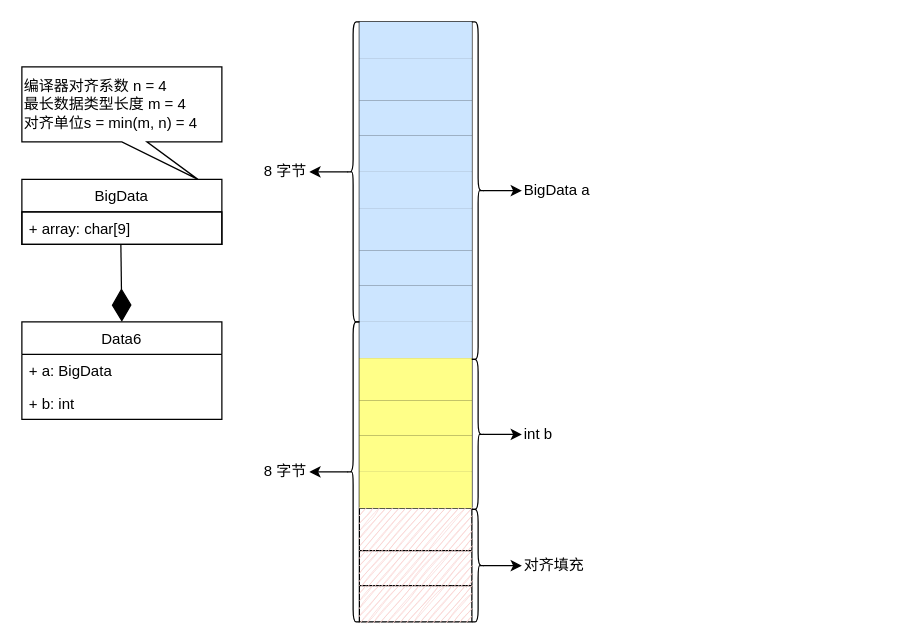
Earlier version of the draw.io diagram TechStack/memory_alignment_case6.drawio (zhxilin/picbed). Source tidied: cells renumbered, new cells numbered last; positions are measured from the earlier drawing's top-left corner, leaving out a move shared by most shapes. Both pictures are drawn from the tidied source at 125%, with x=0, y=0 at pixel (21, 21).
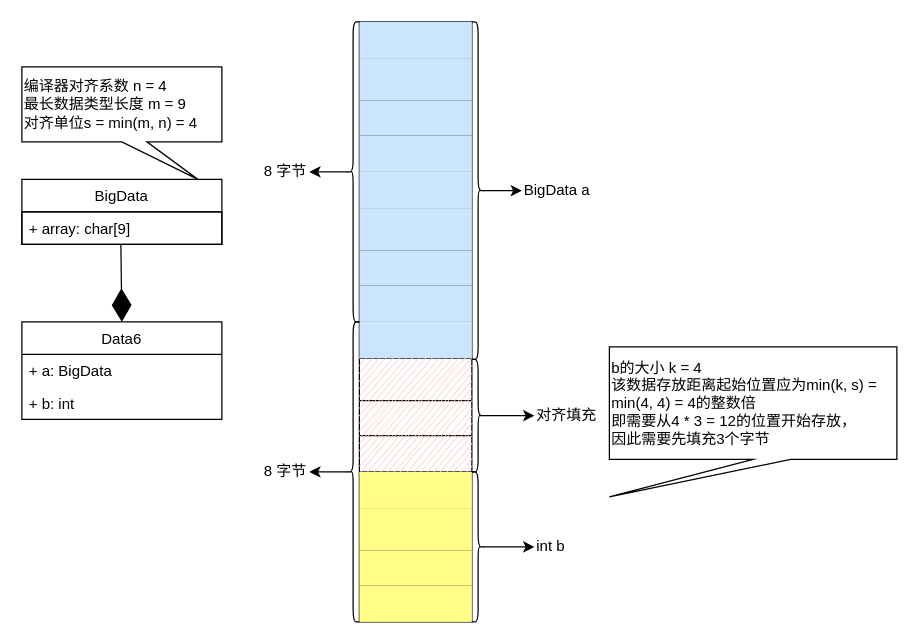
The same page after the edit.

Unchanged cells that the change refers to:
```xml
<mxCell id="21" style="shape=tableRow;horizontal=0;startSize=0;swimlaneHead=0;swimlaneBody=0;top=0;left=0;bottom=0;right=0;fillColor=none;sketch=0;strokeColor=default;" parent="2" vertex="1">
  <mxGeometry y="269" width="90" height="34" as="geometry" />
</mxCell>
<mxCell id="23" style="shape=tableRow;horizontal=0;startSize=0;swimlaneHead=0;swimlaneBody=0;top=0;left=0;bottom=0;right=0;fillColor=none;sketch=0;strokeColor=default;" parent="2" vertex="1">
  <mxGeometry y="303" width="90" height="28" as="geometry" />
</mxCell>
<mxCell id="25" style="shape=tableRow;horizontal=0;startSize=0;swimlaneHead=0;swimlaneBody=0;top=0;left=0;bottom=0;right=0;fillColor=none;sketch=0;strokeColor=default;" parent="2" vertex="1">
  <mxGeometry y="331" width="90" height="29" as="geometry" />
</mxCell>
<mxCell id="29" style="shape=tableRow;horizontal=0;startSize=0;swimlaneHead=0;swimlaneBody=0;top=0;left=0;bottom=0;right=0;fillColor=none;sketch=0;strokeColor=default;" parent="2" vertex="1">
  <mxGeometry y="389" width="90" height="34" as="geometry" />
</mxCell>
<mxCell id="31" style="shape=tableRow;horizontal=0;startSize=0;swimlaneHead=0;swimlaneBody=0;top=0;left=0;bottom=0;right=0;fillColor=none;sketch=0;strokeColor=default;" parent="2" vertex="1">
  <mxGeometry y="423" width="90" height="28" as="geometry" />
</mxCell>
<mxCell id="33" style="shape=tableRow;horizontal=0;startSize=0;swimlaneHead=0;swimlaneBody=0;top=0;left=0;bottom=0;right=0;fillColor=none;sketch=0;strokeColor=default;" parent="2" vertex="1">
  <mxGeometry y="451" width="90" height="29" as="geometry" />
</mxCell>
```

What changed in the source:
```diff
@@
-    <mxCell id="22" style="shape=partialRectangle;html=1;whiteSpace=wrap;overflow=hidden;fillColor=#ffff88;top=0;left=0;bottom=0;right=0;sketch=0;strokeColor=#36393d;" parent="21" vertex="1">
+    <mxCell id="22" style="shape=partialRectangle;html=1;whiteSpace=wrap;overflow=hidden;fillColor=#f8cecc;top=0;left=0;bottom=0;right=0;sketch=1;strokeColor=#b85450;align=center;verticalAlign=middle;fontFamily=Helvetica;fontSize=12;fontColor=default;" parent="21" vertex="1">
       <mxGeometry width="90" height="34" as="geometry" />
     </mxCell>
@@
-    <mxCell id="24" style="shape=partialRectangle;html=1;whiteSpace=wrap;overflow=hidden;fillColor=#ffff88;top=0;left=0;bottom=0;right=0;strokeColor=#36393d;sketch=0;" parent="23" vertex="1">
+    <mxCell id="24" style="shape=partialRectangle;html=1;whiteSpace=wrap;overflow=hidden;fillColor=#f8cecc;top=0;left=0;bottom=0;right=0;strokeColor=#b85450;sketch=1;align=center;verticalAlign=middle;fontFamily=Helvetica;fontSize=12;fontColor=default;" parent="23" vertex="1">
       <mxGeometry width="90" height="28" as="geometry" />
     </mxCell>
@@
-    <mxCell id="26" style="shape=partialRectangle;html=1;whiteSpace=wrap;overflow=hidden;fillColor=#ffff88;top=0;left=0;bottom=0;right=0;strokeColor=#36393d;sketch=0;" parent="25" vertex="1">
+    <mxCell id="26" style="shape=partialRectangle;html=1;whiteSpace=wrap;overflow=hidden;fillColor=#f8cecc;top=0;left=0;bottom=0;right=0;strokeColor=#b85450;sketch=1;align=center;verticalAlign=middle;fontFamily=Helvetica;fontSize=12;fontColor=default;" parent="25" vertex="1">
       <mxGeometry width="90" height="29" as="geometry" />
     </mxCell>
@@
-    <mxCell id="30" style="shape=partialRectangle;html=1;whiteSpace=wrap;overflow=hidden;fillColor=#f8cecc;top=0;left=0;bottom=0;right=0;strokeColor=#b85450;sketch=1;" parent="29" vertex="1">
+    <mxCell id="30" style="shape=partialRectangle;html=1;whiteSpace=wrap;overflow=hidden;fillColor=#ffff88;top=0;left=0;bottom=0;right=0;strokeColor=#36393d;sketch=0;align=center;verticalAlign=middle;fontFamily=Helvetica;fontSize=12;fontColor=default;" parent="29" vertex="1">
       <mxGeometry width="90" height="34" as="geometry" />
     </mxCell>
@@
-    <mxCell id="32" style="shape=partialRectangle;html=1;whiteSpace=wrap;overflow=hidden;fillColor=#f8cecc;top=0;left=0;bottom=0;right=0;strokeColor=#b85450;sketch=1;" parent="31" vertex="1">
+    <mxCell id="32" style="shape=partialRectangle;html=1;whiteSpace=wrap;overflow=hidden;fillColor=#ffff88;top=0;left=0;bottom=0;right=0;strokeColor=#36393d;sketch=0;align=center;verticalAlign=middle;fontFamily=Helvetica;fontSize=12;fontColor=default;" parent="31" vertex="1">
       <mxGeometry width="90" height="28" as="geometry" />
     </mxCell>
@@
-    <mxCell id="34" style="shape=partialRectangle;html=1;whiteSpace=wrap;overflow=hidden;fillColor=#f8cecc;top=0;left=0;bottom=0;right=0;strokeColor=#b85450;sketch=1;" parent="33" vertex="1">
+    <mxCell id="34" style="shape=partialRectangle;html=1;whiteSpace=wrap;overflow=hidden;fillColor=#ffff88;top=0;left=0;bottom=0;right=0;strokeColor=#36393d;sketch=0;align=center;verticalAlign=middle;fontFamily=Helvetica;fontSize=12;fontColor=default;" parent="33" vertex="1">
       <mxGeometry width="90" height="29" as="geometry" />
     </mxCell>
@@
     <mxCell id="37" style="shape=curlyBracket;whiteSpace=wrap;html=1;rounded=1;flipH=1;sketch=0;strokeColor=default;swimlaneLine=1;" parent="1" vertex="1">
-      <mxGeometry x="360" y="270" width="10" height="120" as="geometry" />
+      <mxGeometry x="360" y="360" width="10" height="120" as="geometry" />
     </mxCell>
@@
     <mxCell id="40" value="int b" style="text;html=1;strokeColor=none;fillColor=none;align=left;verticalAlign=middle;whiteSpace=wrap;rounded=0;sketch=0;swimlaneLine=1;" parent="1" vertex="1">
-      <mxGeometry x="400" y="320" width="60" height="20" as="geometry" />
+      <mxGeometry x="410" y="410" width="60" height="20" as="geometry" />
     </mxCell>
-    <mxCell id="41" value="&lt;span&gt;编译器对齐系数 n = 4&lt;/span&gt;&lt;br&gt;&lt;span&gt;最长数据类型长度 m = 4&lt;/span&gt;&lt;br&gt;&lt;span&gt;对齐单位s = min(m, n) = 4&lt;/span&gt;" style="shape=callout;whiteSpace=wrap;html=1;perimeter=calloutPerimeter;sketch=0;position2=0.88;align=left;strokeColor=default;" parent="1" vertex="1">
+    <mxCell id="41" value="&lt;span&gt;编译器对齐系数 n = 4&lt;/span&gt;&lt;br&gt;&lt;span&gt;最长数据类型长度 m = 9&lt;/span&gt;&lt;br&gt;&lt;span&gt;对齐单位s = min(m, n) = 4&lt;/span&gt;" style="shape=callout;whiteSpace=wrap;html=1;perimeter=calloutPerimeter;sketch=0;position2=0.88;align=left;strokeColor=default;" parent="1" vertex="1">
       <mxGeometry y="36" width="160" height="90" as="geometry" />
     </mxCell>
@@
     <mxCell id="49" value="对齐填充" style="text;html=1;strokeColor=none;fillColor=none;align=left;verticalAlign=middle;whiteSpace=wrap;rounded=0;sketch=0;swimlaneLine=1;" parent="1" vertex="1">
-      <mxGeometry x="400" y="425" width="60" height="20" as="geometry" />
+      <mxGeometry x="410" y="305" width="60" height="20" as="geometry" />
     </mxCell>
     <mxCell id="50" style="shape=curlyBracket;whiteSpace=wrap;html=1;rounded=1;flipH=1;sketch=0;strokeColor=default;swimlaneLine=1;" parent="1" vertex="1">
-      <mxGeometry x="360" y="390" width="10" height="90" as="geometry" />
+      <mxGeometry x="360" y="270" width="10" height="90" as="geometry" />
     </mxCell>
@@
+    <mxCell id="57" value="b的大小 k = 4&lt;div&gt;该数据存放距离起始位置应为min(k, s) = min(4, 4) = 4的整数倍&lt;/div&gt;&lt;div&gt;即需要从4 * 3 = 12的位置开始存放，&lt;/div&gt;&lt;div&gt;因此需要先填充3个字节&lt;/div&gt;" style="shape=callout;whiteSpace=wrap;html=1;perimeter=calloutPerimeter;sketch=0;position2=0;align=left;base=30;" parent="1" vertex="1">
+      <mxGeometry x="470" y="260" width="230" height="120" as="geometry" />
+    </mxCell>
```
